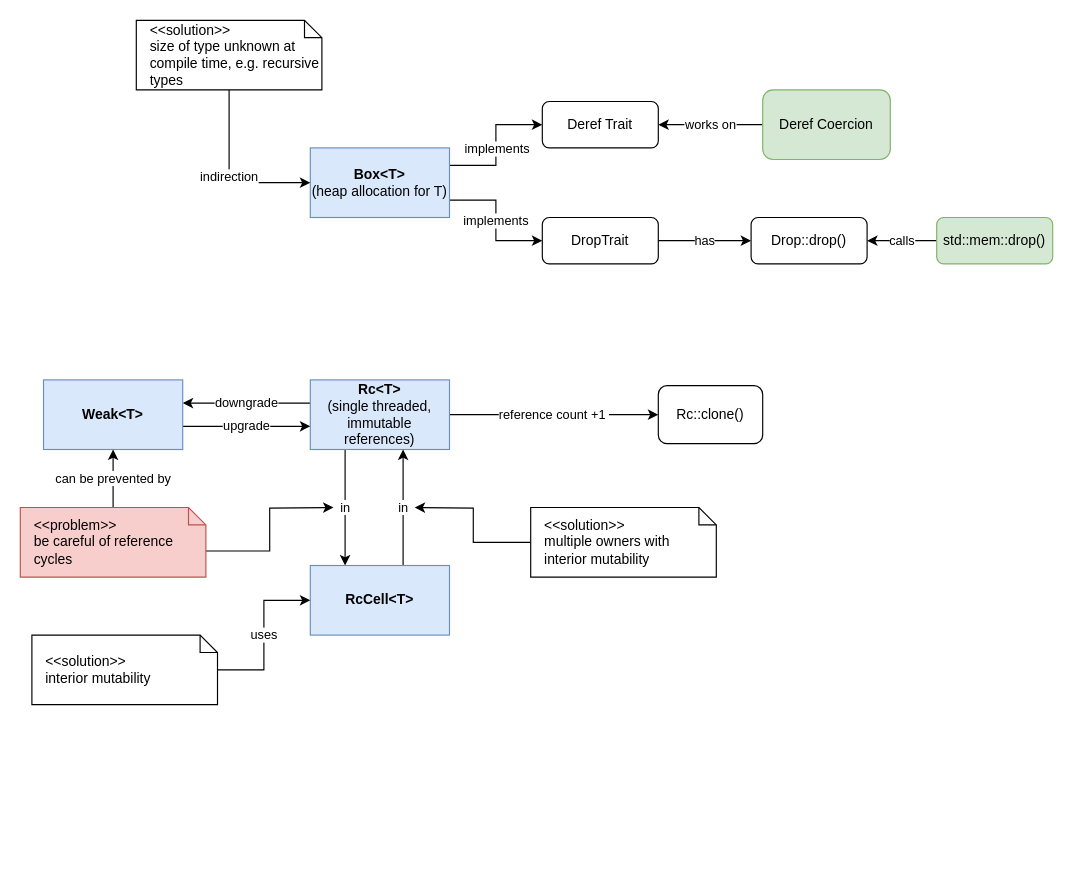
The draw.io diagram page "Smart Pointers" (6 of 6) of datatypes.drawio in gftea/rust_lang_notes, before the edit. Source tidied: cells renumbered, new cells numbered last; positions are measured from the earlier drawing's top-left corner, leaving out a move shared by most shapes. Both pictures are drawn from the tidied source at 116%, with x=0, y=0 at pixel (20, 20).
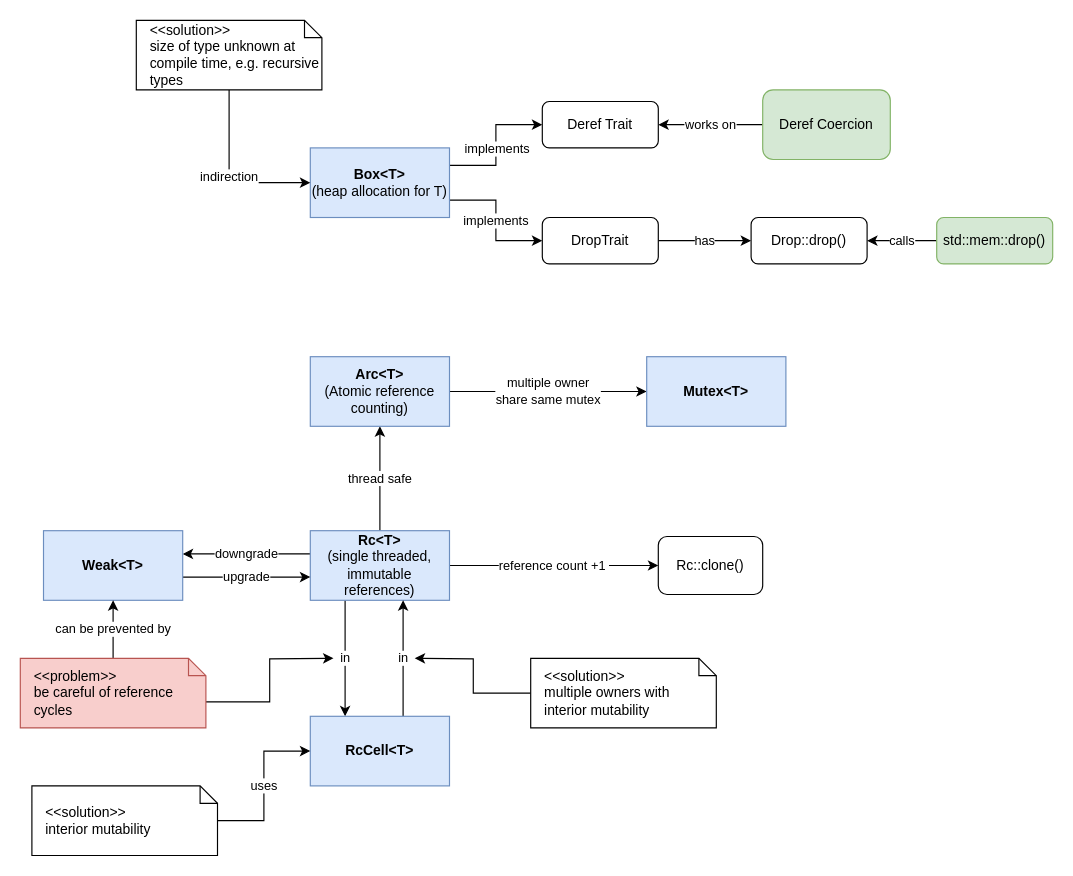
Above is the later version.

The edit, as a diff of the source:
```diff
@@
     <mxCell id="6" value="downgrade" style="edgeStyle=orthogonalEdgeStyle;rounded=0;jettySize=auto;html=1;" parent="1" edge="1" source="9" target="13">
       <mxGeometry relative="1" as="geometry">
         <Array as="points">
-          <mxPoint x="210" y="330" />
-          <mxPoint x="210" y="330" />
+          <mxPoint x="210" y="460" />
+          <mxPoint x="210" y="460" />
         </Array>
       </mxGeometry>
     </mxCell>
@@
     <mxCell id="8" value="in" style="edgeStyle=orthogonalEdgeStyle;rounded=0;jettySize=auto;html=1;" parent="1" edge="1" source="9" target="11">
       <mxGeometry relative="1" as="geometry">
         <Array as="points">
-          <mxPoint x="280" y="400" />
-          <mxPoint x="280" y="400" />
+          <mxPoint x="280" y="530" />
+          <mxPoint x="280" y="530" />
         </Array>
       </mxGeometry>
     </mxCell>
+    <mxCell id="32" value="thread safe" style="edgeStyle=orthogonalEdgeStyle;rounded=0;jettySize=auto;html=1;" parent="1" edge="1" source="9" target="34">
+      <mxGeometry relative="1" as="geometry" />
+    </mxCell>
     <mxCell id="9" value="&lt;b&gt;Rc&amp;lt;T&amp;gt;&lt;br&gt;&lt;/b&gt;(single threaded, immutable references)" style="whiteSpace=wrap;html=1;fillColor=#dae8fc;strokeColor=#6c8ebf;" parent="1" vertex="1">
-      <mxGeometry x="250" y="310" width="120" height="60" as="geometry" />
+      <mxGeometry x="250" y="440" width="120" height="60" as="geometry" />
     </mxCell>
     <mxCell id="10" value="in" style="edgeStyle=orthogonalEdgeStyle;rounded=0;jettySize=auto;html=1;" parent="1" edge="1" source="11" target="9">
       <mxGeometry relative="1" as="geometry">
         <Array as="points">
-          <mxPoint x="330" y="390" />
-          <mxPoint x="330" y="390" />
+          <mxPoint x="330" y="520" />
+          <mxPoint x="330" y="520" />
         </Array>
       </mxGeometry>
     </mxCell>
     <mxCell id="11" value="&lt;b&gt;RcCell&amp;lt;T&amp;gt;&lt;/b&gt;" style="whiteSpace=wrap;html=1;fillColor=#dae8fc;strokeColor=#6c8ebf;" parent="1" vertex="1">
-      <mxGeometry x="250" y="470" width="120" height="60" as="geometry" />
+      <mxGeometry x="250" y="600" width="120" height="60" as="geometry" />
     </mxCell>
     <mxCell id="12" value="upgrade" style="edgeStyle=orthogonalEdgeStyle;rounded=0;jettySize=auto;html=1;" parent="1" edge="1" source="13" target="9">
       <mxGeometry relative="1" as="geometry">
         <Array as="points">
-          <mxPoint x="210" y="350" />
-          <mxPoint x="210" y="350" />
+          <mxPoint x="210" y="480" />
+          <mxPoint x="210" y="480" />
         </Array>
       </mxGeometry>
     </mxCell>
     <mxCell id="13" value="&lt;b&gt;Weak&amp;lt;T&amp;gt;&lt;/b&gt;" style="whiteSpace=wrap;html=1;fillColor=#dae8fc;strokeColor=#6c8ebf;" parent="1" vertex="1">
-      <mxGeometry x="20" y="310" width="120" height="60" as="geometry" />
+      <mxGeometry x="20" y="440" width="120" height="60" as="geometry" />
     </mxCell>
@@
     <mxCell id="24" value="Rc::clone()" style="rounded=1;whiteSpace=wrap;html=1;" parent="1" vertex="1">
-      <mxGeometry x="550" y="315" width="90" height="50" as="geometry" />
+      <mxGeometry x="550" y="445" width="90" height="50" as="geometry" />
     </mxCell>
@@
     <mxCell id="26" value="&amp;lt;&amp;lt;solution&amp;gt;&amp;gt;&lt;br&gt;interior mutability" style="shape=note;size=15;align=left;spacingLeft=10;html=1;whiteSpace=wrap;" parent="1" vertex="1">
-      <mxGeometry x="10" y="530" width="160" height="60" as="geometry" />
+      <mxGeometry x="10" y="660" width="160" height="60" as="geometry" />
     </mxCell>
     <mxCell id="27" style="edgeStyle=orthogonalEdgeStyle;rounded=0;jettySize=auto;html=1;exitX=0;exitY=0.5;exitDx=0;exitDy=0;exitPerimeter=0;" parent="1" edge="1" source="28">
       <mxGeometry relative="1" as="geometry">
-        <mxPoint x="340" y="420" as="targetPoint" />
+        <mxPoint x="340" y="550" as="targetPoint" />
       </mxGeometry>
     </mxCell>
     <mxCell id="28" value="&amp;lt;&amp;lt;solution&amp;gt;&amp;gt;&lt;br&gt;multiple owners with interior mutability" style="shape=note;size=15;align=left;spacingLeft=10;html=1;whiteSpace=wrap;" parent="1" vertex="1">
-      <mxGeometry x="440" y="420" width="160" height="60" as="geometry" />
+      <mxGeometry x="440" y="550" width="160" height="60" as="geometry" />
     </mxCell>
     <mxCell id="29" style="edgeStyle=orthogonalEdgeStyle;rounded=0;jettySize=auto;html=1;exitX=0;exitY=0;exitDx=160;exitDy=37.5;exitPerimeter=0;" parent="1" edge="1" source="31">
       <mxGeometry relative="1" as="geometry">
-        <mxPoint x="270" y="420" as="targetPoint" />
+        <mxPoint x="270" y="550" as="targetPoint" />
       </mxGeometry>
     </mxCell>
@@
     <mxCell id="31" value="&amp;lt;&amp;lt;problem&amp;gt;&amp;gt;&lt;br&gt;be careful of reference cycles" style="shape=note;size=15;align=left;spacingLeft=10;html=1;whiteSpace=wrap;fillColor=#f8cecc;strokeColor=#b85450;" parent="1" vertex="1">
-      <mxGeometry y="420" width="160" height="60" as="geometry" />
+      <mxGeometry y="550" width="160" height="60" as="geometry" />
     </mxCell>
+    <mxCell id="33" value="multiple owner&lt;br&gt;share same mutex" style="edgeStyle=orthogonalEdgeStyle;rounded=0;jettySize=auto;html=1;" parent="1" edge="1" source="34" target="35">
+      <mxGeometry relative="1" as="geometry" />
+    </mxCell>
+    <mxCell id="34" value="&lt;b&gt;Arc&amp;lt;T&amp;gt;&lt;br&gt;&lt;/b&gt;(Atomic reference counting)" style="whiteSpace=wrap;html=1;fillColor=#dae8fc;strokeColor=#6c8ebf;" parent="1" vertex="1">
+      <mxGeometry x="250" y="290" width="120" height="60" as="geometry" />
+    </mxCell>
+    <mxCell id="35" value="&lt;b&gt;Mutex&amp;lt;T&amp;gt;&lt;/b&gt;" style="whiteSpace=wrap;html=1;fillColor=#dae8fc;strokeColor=#6c8ebf;" parent="1" vertex="1">
+      <mxGeometry x="540" y="290" width="120" height="60" as="geometry" />
+    </mxCell>
```
